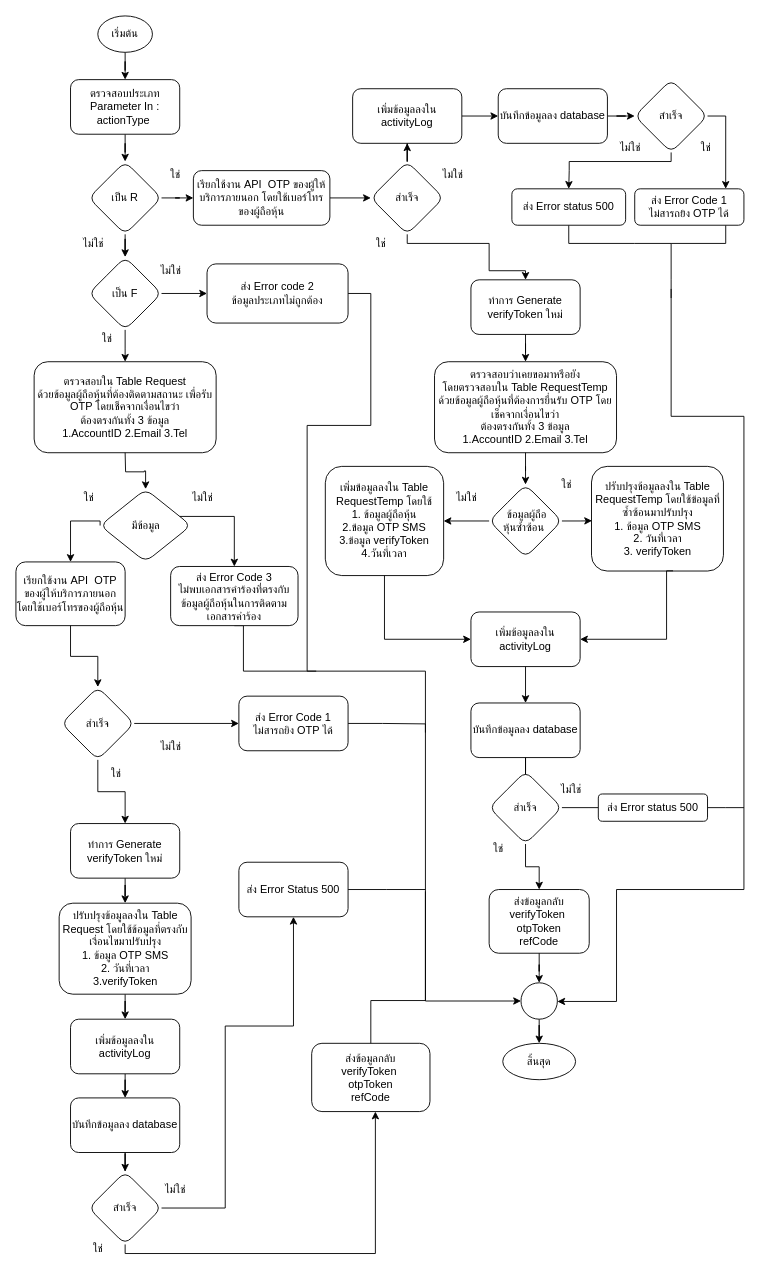
charifrodmanee/charifrodmanee keeps this draw.io diagram as RequestOTPByTel.drawio. Above is the earlier version. Source tidied: cells renumbered, new cells numbered last; positions are measured from the earlier drawing's top-left corner, leaving out a move shared by most shapes. Both pictures are drawn from the tidied source at 91%, with x=0, y=0 at pixel (15, 15).
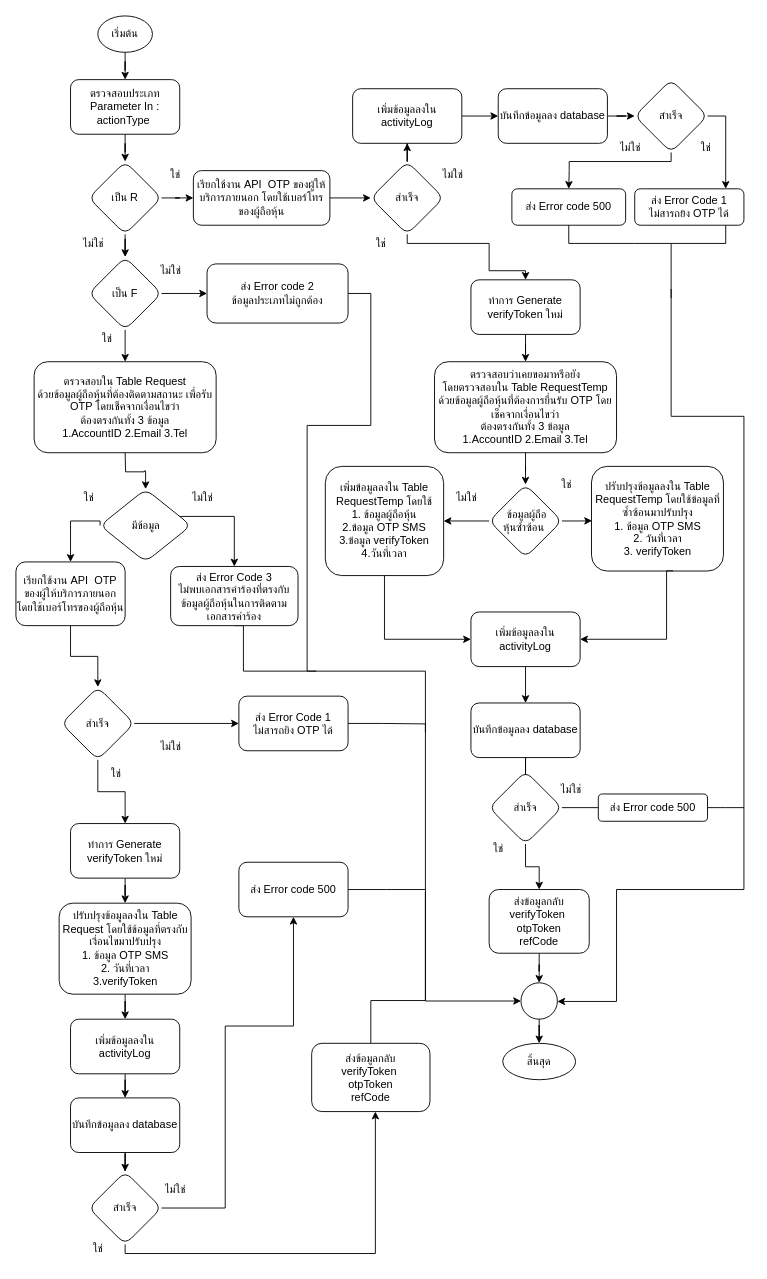
After the change.

Change to the diagram source:
```diff
@@
-    <mxCell id="30" value="ส่ง Error status 500" style="whiteSpace=wrap;html=1;rounded=1;" parent="1" vertex="1">
+    <mxCell id="30" value="ส่ง Error code 500" style="whiteSpace=wrap;html=1;rounded=1;" parent="1" vertex="1">
       <mxGeometry x="545" y="190" width="125" height="40" as="geometry" />
     </mxCell>
@@
-    <mxCell id="91" value="ส่ง Error Status 500" style="whiteSpace=wrap;html=1;rounded=1;" parent="1" vertex="1">
+    <mxCell id="91" value="ส่ง Error code 500" style="whiteSpace=wrap;html=1;rounded=1;" parent="1" vertex="1">
       <mxGeometry x="245" y="930" width="120" height="60" as="geometry" />
     </mxCell>
@@
-    <mxCell id="100" value="ส่ง Error status 500" style="whiteSpace=wrap;html=1;rounded=1;" parent="1" vertex="1">
+    <mxCell id="100" value="ส่ง Error code 500" style="whiteSpace=wrap;html=1;rounded=1;" parent="1" vertex="1">
       <mxGeometry x="640" y="855" width="120" height="30" as="geometry" />
     </mxCell>
```
